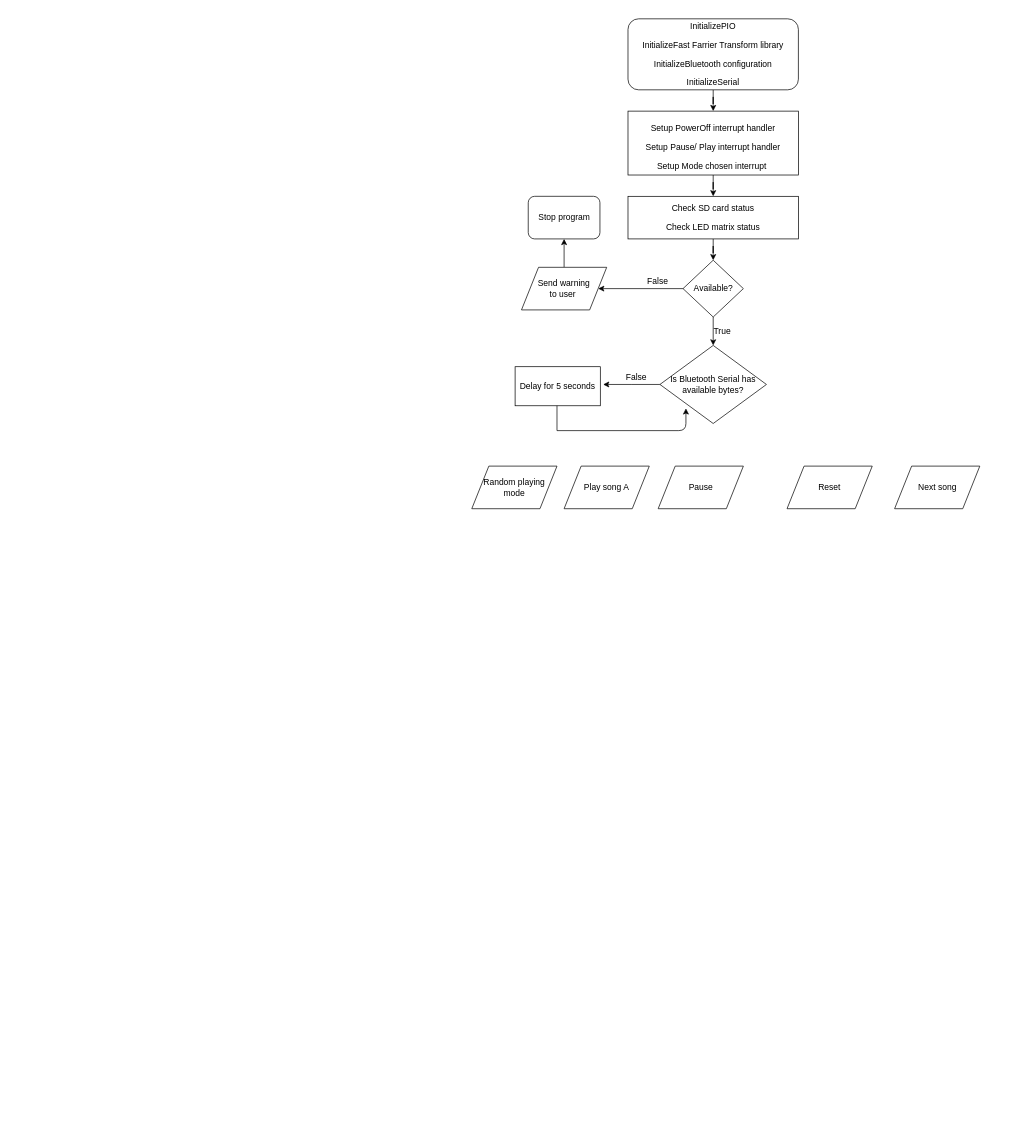
This is ELEC3607.drawio from kukiC/ELEC3607, a draw.io file, before an edit. Source tidied: cells renumbered, new cells numbered last; positions are measured from the earlier drawing's top-left corner, leaving out a move shared by most shapes. Both pictures are drawn from the tidied source at 71%, with x=0, y=0 at pixel (471, 18).
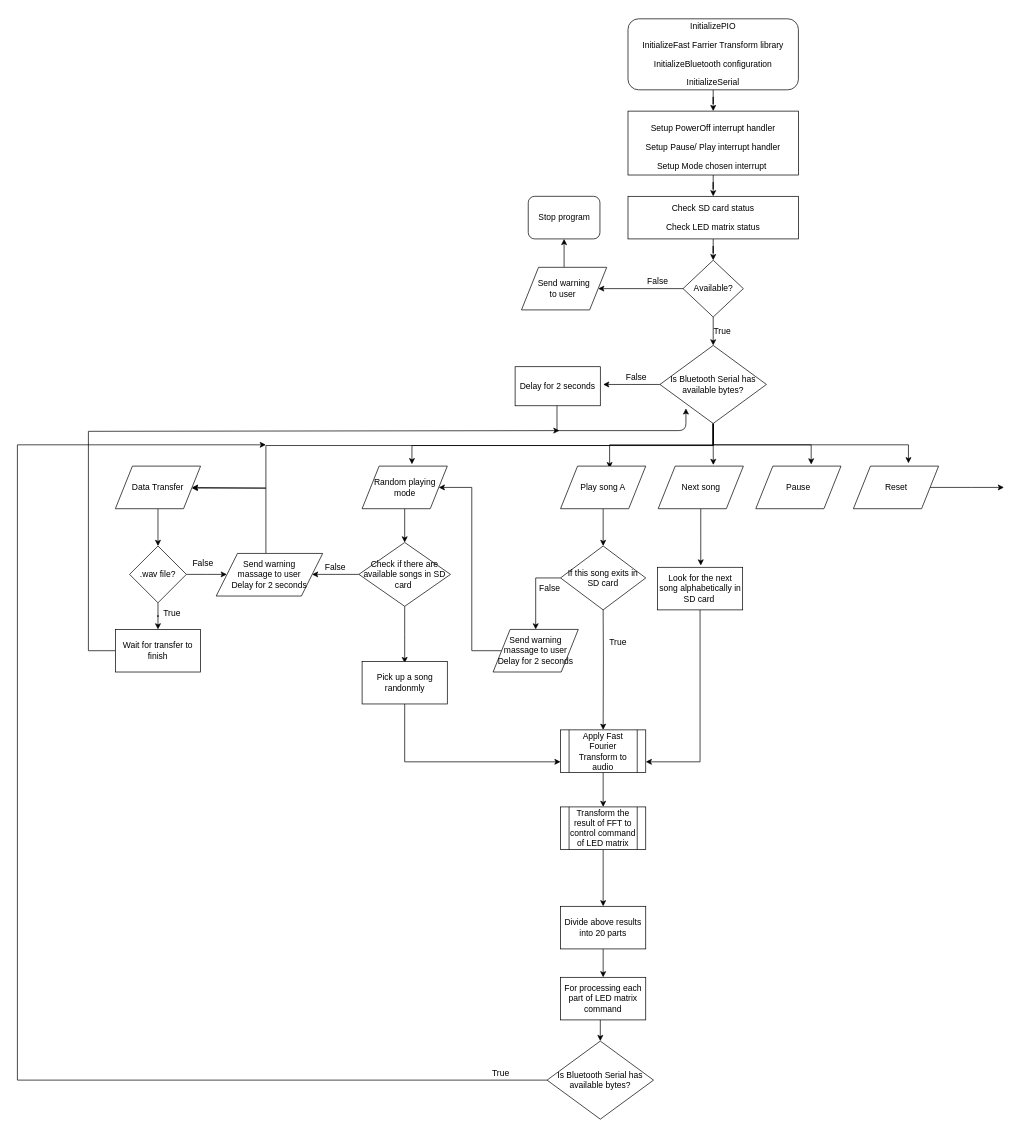
The same diagram, later.

The change refers to these unchanged cells:
```xml
<mxCell id="17" value="&lt;span&gt;Is Bluetooth Serial has available bytes?&lt;/span&gt;" style="rhombus;whiteSpace=wrap;html=1;" parent="1" vertex="1">
  <mxGeometry x="265" y="460" width="150" height="110" as="geometry" />
</mxCell>
```

Change to the diagram source:
```diff
@@
+    <mxCell id="27" style="edgeStyle=orthogonalEdgeStyle;rounded=0;jettySize=auto;html=1;entryX=0.585;entryY=-0.044;entryDx=0;entryDy=0;entryPerimeter=0;" parent="1" edge="1" source="17" target="22">
+      <mxGeometry relative="1" as="geometry">
+        <Array as="points">
+          <mxPoint x="340" y="601" />
+          <mxPoint x="-85" y="601" />
+        </Array>
+      </mxGeometry>
+    </mxCell>
+    <mxCell id="28" style="edgeStyle=orthogonalEdgeStyle;rounded=0;jettySize=auto;html=1;entryX=0.647;entryY=-0.027;entryDx=0;entryDy=0;entryPerimeter=0;" parent="1" edge="1" source="17" target="24">
+      <mxGeometry relative="1" as="geometry" />
+    </mxCell>
+    <mxCell id="29" style="edgeStyle=orthogonalEdgeStyle;rounded=0;jettySize=auto;html=1;entryX=0.65;entryY=-0.039;entryDx=0;entryDy=0;entryPerimeter=0;" parent="1" edge="1" source="17" target="25">
+      <mxGeometry relative="1" as="geometry" />
+    </mxCell>
+    <mxCell id="30" style="edgeStyle=orthogonalEdgeStyle;rounded=0;jettySize=auto;html=1;" parent="1" edge="1" source="17">
+      <mxGeometry relative="1" as="geometry">
+        <mxPoint x="615" y="626" as="targetPoint" />
+        <Array as="points">
+          <mxPoint x="340" y="600" />
+          <mxPoint x="615" y="600" />
+        </Array>
+      </mxGeometry>
+    </mxCell>
+    <mxCell id="31" style="edgeStyle=orthogonalEdgeStyle;rounded=0;jettySize=auto;html=1;" parent="1" edge="1" source="17" target="42">
+      <mxGeometry relative="1" as="geometry">
+        <Array as="points">
+          <mxPoint x="340" y="601" />
+          <mxPoint x="-290" y="601" />
+          <mxPoint x="-290" y="661" />
+        </Array>
+      </mxGeometry>
+    </mxCell>
+    <mxCell id="32" style="edgeStyle=orthogonalEdgeStyle;rounded=0;jettySize=auto;html=1;entryX=0.576;entryY=0.049;entryDx=0;entryDy=0;entryPerimeter=0;" parent="1" edge="1" source="17" target="23">
+      <mxGeometry relative="1" as="geometry">
+        <Array as="points">
+          <mxPoint x="340" y="600" />
+          <mxPoint x="194" y="600" />
+        </Array>
+      </mxGeometry>
+    </mxCell>
@@
-    <mxCell id="18" value="Delay for 5 seconds&lt;br&gt;" style="rounded=0;whiteSpace=wrap;html=1;" parent="1" vertex="1">
+    <mxCell id="18" value="Delay for 2 seconds&lt;br&gt;" style="rounded=0;whiteSpace=wrap;html=1;" parent="1" vertex="1">
       <mxGeometry x="61" y="490" width="120" height="55" as="geometry" />
     </mxCell>
@@
+    <mxCell id="33" style="edgeStyle=orthogonalEdgeStyle;rounded=0;jettySize=auto;html=1;" parent="1" edge="1" source="22" target="39">
+      <mxGeometry relative="1" as="geometry" />
+    </mxCell>
     <mxCell id="22" value="Random playing&lt;br&gt;mode&lt;br&gt;" style="shape=parallelogram;perimeter=parallelogramPerimeter;whiteSpace=wrap;html=1;" parent="1" vertex="1">
-      <mxGeometry y="630" width="120" height="60" as="geometry" />
+      <mxGeometry x="-154.5" y="630" width="120" height="60" as="geometry" />
     </mxCell>
+    <mxCell id="34" style="edgeStyle=orthogonalEdgeStyle;rounded=0;jettySize=auto;html=1;" parent="1" edge="1" source="23" target="53">
+      <mxGeometry relative="1" as="geometry" />
+    </mxCell>
     <mxCell id="23" value="Play song A" style="shape=parallelogram;perimeter=parallelogramPerimeter;whiteSpace=wrap;html=1;" parent="1" vertex="1">
-      <mxGeometry x="130" y="630" width="120" height="60" as="geometry" />
+      <mxGeometry x="125" y="630" width="120" height="60" as="geometry" />
     </mxCell>
+    <mxCell id="35" style="edgeStyle=orthogonalEdgeStyle;rounded=0;jettySize=auto;html=1;" parent="1" edge="1" source="24">
+      <mxGeometry relative="1" as="geometry">
+        <mxPoint x="322.5" y="770" as="targetPoint" />
+      </mxGeometry>
+    </mxCell>
-    <mxCell id="24" value="Pause" style="shape=parallelogram;perimeter=parallelogramPerimeter;whiteSpace=wrap;html=1;" parent="1" vertex="1">
+    <mxCell id="24" value="Next song" style="shape=parallelogram;perimeter=parallelogramPerimeter;whiteSpace=wrap;html=1;" parent="1" vertex="1">
       <mxGeometry x="262.5" y="630" width="120" height="60" as="geometry" />
     </mxCell>
-    <mxCell id="25" value="Reset" style="shape=parallelogram;perimeter=parallelogramPerimeter;whiteSpace=wrap;html=1;" parent="1" vertex="1">
-      <mxGeometry x="444" y="630" width="120" height="60" as="geometry" />
+    <mxCell id="25" value="Pause" style="shape=parallelogram;perimeter=parallelogramPerimeter;whiteSpace=wrap;html=1;" parent="1" vertex="1">
+      <mxGeometry x="400" y="630" width="120" height="60" as="geometry" />
     </mxCell>
+    <mxCell id="36" style="edgeStyle=orthogonalEdgeStyle;rounded=0;jettySize=auto;html=1;" parent="1" edge="1" source="26">
+      <mxGeometry relative="1" as="geometry">
+        <mxPoint x="749.5" y="660" as="targetPoint" />
+      </mxGeometry>
+    </mxCell>
-    <mxCell id="26" value="Next song" style="shape=parallelogram;perimeter=parallelogramPerimeter;whiteSpace=wrap;html=1;" parent="1" vertex="1">
-      <mxGeometry x="595.5" y="630" width="120" height="60" as="geometry" />
+    <mxCell id="26" value="&lt;span&gt;Reset&lt;/span&gt;" style="shape=parallelogram;perimeter=parallelogramPerimeter;whiteSpace=wrap;html=1;" parent="1" vertex="1">
+      <mxGeometry x="537.5" y="630" width="120" height="60" as="geometry" />
     </mxCell>
+    <mxCell id="37" style="edgeStyle=orthogonalEdgeStyle;rounded=0;jettySize=auto;html=1;" parent="1" edge="1" source="39">
+      <mxGeometry relative="1" as="geometry">
+        <mxPoint x="-225" y="782.5" as="targetPoint" />
+      </mxGeometry>
+    </mxCell>
+    <mxCell id="38" style="edgeStyle=orthogonalEdgeStyle;rounded=0;jettySize=auto;html=1;" parent="1" edge="1" source="39">
+      <mxGeometry relative="1" as="geometry">
+        <mxPoint x="-94.5" y="907.5" as="targetPoint" />
+      </mxGeometry>
+    </mxCell>
+    <mxCell id="39" value="&lt;span&gt;Check if there are available songs in SD card&amp;nbsp;&lt;/span&gt;" style="rhombus;whiteSpace=wrap;html=1;" parent="1" vertex="1">
+      <mxGeometry x="-159" y="737.5" width="129" height="90" as="geometry" />
+    </mxCell>
+    <mxCell id="40" value="False" style="text;html=1;strokeColor=none;fillColor=none;align=center;verticalAlign=middle;whiteSpace=wrap;rounded=0;" parent="1" vertex="1">
+      <mxGeometry x="-212" y="762.5" width="40" height="20" as="geometry" />
+    </mxCell>
+    <mxCell id="41" style="edgeStyle=orthogonalEdgeStyle;rounded=0;jettySize=auto;html=1;" parent="1" edge="1" source="42" target="46">
+      <mxGeometry relative="1" as="geometry" />
+    </mxCell>
+    <mxCell id="42" value="Data Transfer" style="shape=parallelogram;perimeter=parallelogramPerimeter;whiteSpace=wrap;html=1;" parent="1" vertex="1">
+      <mxGeometry x="-502" y="630" width="120" height="60" as="geometry" />
+    </mxCell>
+    <mxCell id="43" style="edgeStyle=orthogonalEdgeStyle;rounded=0;jettySize=auto;html=1;entryX=1;entryY=0.5;entryDx=0;entryDy=0;" parent="1" edge="1" target="42">
+      <mxGeometry relative="1" as="geometry">
+        <mxPoint x="-290" y="752.5" as="sourcePoint" />
+        <Array as="points">
+          <mxPoint x="-290" y="661" />
+        </Array>
+      </mxGeometry>
+    </mxCell>
+    <mxCell id="44" style="edgeStyle=orthogonalEdgeStyle;rounded=0;jettySize=auto;html=1;" parent="1" edge="1" source="46">
+      <mxGeometry relative="1" as="geometry">
+        <mxPoint x="-345" y="782.5" as="targetPoint" />
+      </mxGeometry>
+    </mxCell>
+    <mxCell id="45" style="edgeStyle=orthogonalEdgeStyle;rounded=0;jettySize=auto;html=1;" parent="1" edge="1" source="46" target="50">
+      <mxGeometry relative="1" as="geometry" />
+    </mxCell>
+    <mxCell id="46" value=".wav file?" style="rhombus;whiteSpace=wrap;html=1;" parent="1" vertex="1">
+      <mxGeometry x="-482" y="742.5" width="80" height="80" as="geometry" />
+    </mxCell>
+    <mxCell id="47" value="True" style="text;html=1;strokeColor=none;fillColor=none;align=center;verticalAlign=middle;whiteSpace=wrap;rounded=0;" parent="1" vertex="1">
+      <mxGeometry x="-442" y="827.5" width="40" height="20" as="geometry" />
+    </mxCell>
+    <mxCell id="48" value="False" style="text;html=1;" parent="1" vertex="1">
+      <mxGeometry x="-395" y="752.5" width="50" height="30" as="geometry" />
+    </mxCell>
+    <mxCell id="49" style="edgeStyle=orthogonalEdgeStyle;rounded=0;jettySize=auto;html=1;" parent="1" edge="1" source="50">
+      <mxGeometry relative="1" as="geometry">
+        <mxPoint x="123.5" y="580" as="targetPoint" />
+        <Array as="points">
+          <mxPoint x="-540" y="890" />
+          <mxPoint x="-540" y="581" />
+        </Array>
+      </mxGeometry>
+    </mxCell>
+    <mxCell id="50" value="Wait for transfer to finish" style="rounded=0;whiteSpace=wrap;html=1;" parent="1" vertex="1">
+      <mxGeometry x="-502" y="860" width="120" height="60" as="geometry" />
+    </mxCell>
+    <mxCell id="51" style="edgeStyle=orthogonalEdgeStyle;rounded=0;jettySize=auto;html=1;exitX=0;exitY=0.5;exitDx=0;exitDy=0;entryX=0.5;entryY=0;entryDx=0;entryDy=0;" parent="1" edge="1" source="53" target="69">
+      <mxGeometry relative="1" as="geometry" />
+    </mxCell>
+    <mxCell id="52" style="edgeStyle=orthogonalEdgeStyle;rounded=0;jettySize=auto;html=1;entryX=0.5;entryY=0;entryDx=0;entryDy=0;" parent="1" edge="1" target="57">
+      <mxGeometry relative="1" as="geometry">
+        <mxPoint x="184.8" y="792.4" as="sourcePoint" />
+      </mxGeometry>
+    </mxCell>
+    <mxCell id="53" value="If this song exits in SD card" style="rhombus;whiteSpace=wrap;html=1;" parent="1" vertex="1">
+      <mxGeometry x="125" y="742.5" width="120" height="90" as="geometry" />
+    </mxCell>
+    <mxCell id="54" style="edgeStyle=orthogonalEdgeStyle;rounded=0;jettySize=auto;html=1;entryX=1;entryY=0.5;entryDx=0;entryDy=0;exitX=0;exitY=0.5;exitDx=0;exitDy=0;" parent="1" edge="1" source="69" target="22">
+      <mxGeometry relative="1" as="geometry">
+        <Array as="points">
+          <mxPoint y="890" />
+          <mxPoint y="660" />
+        </Array>
+      </mxGeometry>
+    </mxCell>
+    <mxCell id="55" value="False" style="text;html=1;strokeColor=none;fillColor=none;align=center;verticalAlign=middle;whiteSpace=wrap;rounded=0;" parent="1" vertex="1">
+      <mxGeometry x="90" y="792.5" width="40" height="20" as="geometry" />
+    </mxCell>
+    <mxCell id="56" style="edgeStyle=orthogonalEdgeStyle;rounded=0;jettySize=auto;html=1;" parent="1" edge="1" source="57" target="64">
+      <mxGeometry relative="1" as="geometry" />
+    </mxCell>
+    <mxCell id="57" value="Apply Fast Fourier Transform to audio" style="shape=process;whiteSpace=wrap;html=1;backgroundOutline=1;" parent="1" vertex="1">
+      <mxGeometry x="125" y="1001.5" width="120" height="60" as="geometry" />
+    </mxCell>
+    <mxCell id="58" value="True" style="text;html=1;align=left;verticalAlign=top;spacingTop=-4;" parent="1" vertex="1">
+      <mxGeometry x="191.5" y="868.5" width="40" height="20" as="geometry" />
+    </mxCell>
+    <mxCell id="59" style="edgeStyle=orthogonalEdgeStyle;rounded=0;jettySize=auto;html=1;entryX=0;entryY=0.75;entryDx=0;entryDy=0;" parent="1" edge="1" source="60" target="57">
+      <mxGeometry relative="1" as="geometry">
+        <Array as="points">
+          <mxPoint x="-94" y="1046" />
+        </Array>
+      </mxGeometry>
+    </mxCell>
+    <mxCell id="60" value="Pick up a song randonmly" style="rounded=0;whiteSpace=wrap;html=1;" parent="1" vertex="1">
+      <mxGeometry x="-154.5" y="905" width="120" height="60" as="geometry" />
+    </mxCell>
+    <mxCell id="61" style="edgeStyle=orthogonalEdgeStyle;rounded=0;jettySize=auto;html=1;entryX=1;entryY=0.75;entryDx=0;entryDy=0;" parent="1" edge="1" source="62" target="57">
+      <mxGeometry relative="1" as="geometry">
+        <Array as="points">
+          <mxPoint x="322" y="1046" />
+        </Array>
+      </mxGeometry>
+    </mxCell>
+    <mxCell id="62" value="Look for the next song alphabetically in SD card&amp;nbsp;" style="rounded=0;whiteSpace=wrap;html=1;" parent="1" vertex="1">
+      <mxGeometry x="261.5" y="772.5" width="120" height="60" as="geometry" />
+    </mxCell>
+    <mxCell id="63" style="edgeStyle=orthogonalEdgeStyle;rounded=0;jettySize=auto;html=1;" parent="1" edge="1" source="64">
+      <mxGeometry relative="1" as="geometry">
+        <mxPoint x="185" y="1250" as="targetPoint" />
+      </mxGeometry>
+    </mxCell>
+    <mxCell id="64" value="Transform the result of FFT to control command of LED matrix" style="shape=process;whiteSpace=wrap;html=1;backgroundOutline=1;" parent="1" vertex="1">
+      <mxGeometry x="125" y="1110" width="120" height="60" as="geometry" />
+    </mxCell>
+    <mxCell id="65" style="edgeStyle=orthogonalEdgeStyle;rounded=0;jettySize=auto;html=1;" parent="1" edge="1" source="66" target="68">
+      <mxGeometry relative="1" as="geometry" />
+    </mxCell>
+    <mxCell id="66" value="Divide above results into 20 parts" style="rounded=0;whiteSpace=wrap;html=1;" parent="1" vertex="1">
+      <mxGeometry x="125" y="1250" width="120" height="60" as="geometry" />
+    </mxCell>
+    <mxCell id="67" style="edgeStyle=orthogonalEdgeStyle;rounded=0;jettySize=auto;html=1;" parent="1" edge="1" source="68" target="72">
+      <mxGeometry relative="1" as="geometry">
+        <Array as="points">
+          <mxPoint x="181" y="1420" />
+          <mxPoint x="181" y="1420" />
+        </Array>
+      </mxGeometry>
+    </mxCell>
+    <mxCell id="68" value="For processing each part of LED matrix command" style="rounded=0;whiteSpace=wrap;html=1;" parent="1" vertex="1">
+      <mxGeometry x="125" y="1350" width="120" height="60" as="geometry" />
+    </mxCell>
+    <mxCell id="69" value="&lt;span&gt;Send warning massage to user&lt;/span&gt;&lt;br&gt;&lt;span&gt;Delay for 2 seconds&lt;/span&gt;" style="shape=parallelogram;perimeter=parallelogramPerimeter;whiteSpace=wrap;html=1;" parent="1" vertex="1">
+      <mxGeometry x="30" y="860" width="120" height="60" as="geometry" />
+    </mxCell>
+    <mxCell id="70" value="&lt;span&gt;Send warning &lt;br&gt;massage to user&lt;/span&gt;&lt;br&gt;&lt;span&gt;Delay for 2 seconds&lt;/span&gt;" style="shape=parallelogram;perimeter=parallelogramPerimeter;whiteSpace=wrap;html=1;" parent="1" vertex="1">
+      <mxGeometry x="-360" y="753" width="150" height="60" as="geometry" />
+    </mxCell>
+    <mxCell id="71" style="edgeStyle=orthogonalEdgeStyle;rounded=0;jettySize=auto;html=1;" parent="1" edge="1" source="72">
+      <mxGeometry relative="1" as="geometry">
+        <mxPoint x="-290" y="600" as="targetPoint" />
+        <Array as="points">
+          <mxPoint x="-640" y="1495" />
+          <mxPoint x="-640" y="600" />
+        </Array>
+      </mxGeometry>
+    </mxCell>
+    <mxCell id="72" value="&lt;span&gt;Is Bluetooth Serial has available bytes?&lt;/span&gt;" style="rhombus;whiteSpace=wrap;html=1;" parent="1" vertex="1">
+      <mxGeometry x="106" y="1439.8" width="150" height="110" as="geometry" />
+    </mxCell>
+    <mxCell id="73" value="True" style="text;html=1;strokeColor=none;fillColor=none;align=center;verticalAlign=middle;whiteSpace=wrap;rounded=0;" parent="1" vertex="1">
+      <mxGeometry x="21" y="1475" width="40" height="20" as="geometry" />
+    </mxCell>
```
